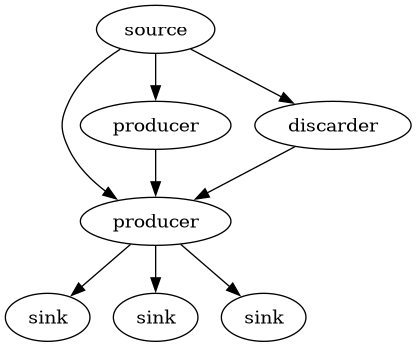
The Graphviz diagram example.png in dalz/psc-project, before a commit. Its source is kept beside it as example.dot.
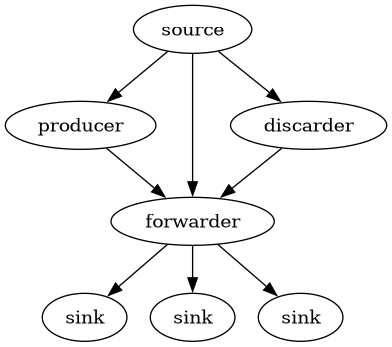
The same file after the commit.

Diff of the diagram source:
```diff
@@ -1,15 +1,4 @@
 digraph network {
-1 [label="producer"] // "from 1" 1500 1 false 336 235
-1 -> 4
-1 -> 3
-1 -> 6
-
-2 [label="producer"] // "world" 1000 0 false 282 372
-2 -> 1
-
-7 [label="discarder"] // "from 7" 0 2 false 270 153
-7 -> 1
-
 3 [label="sink"] // "from 3" 0 0 false 404 345
 
 4 [label="sink"] // "from 4" 0 0 false 460 132
@@ -21,4 +10,15 @@
 0 -> 1
 0 -> 7
 
+1 [label="forwarder"] // "from 1" 0 0 false 336 235
+1 -> 4
+1 -> 3
+1 -> 6
+
+2 [label="producer"] // "world" 1000 0 false 282 372
+2 -> 1
+
+7 [label="discarder"] // "from 7" 0 2 false 270 153
+7 -> 1
+
 }
```
